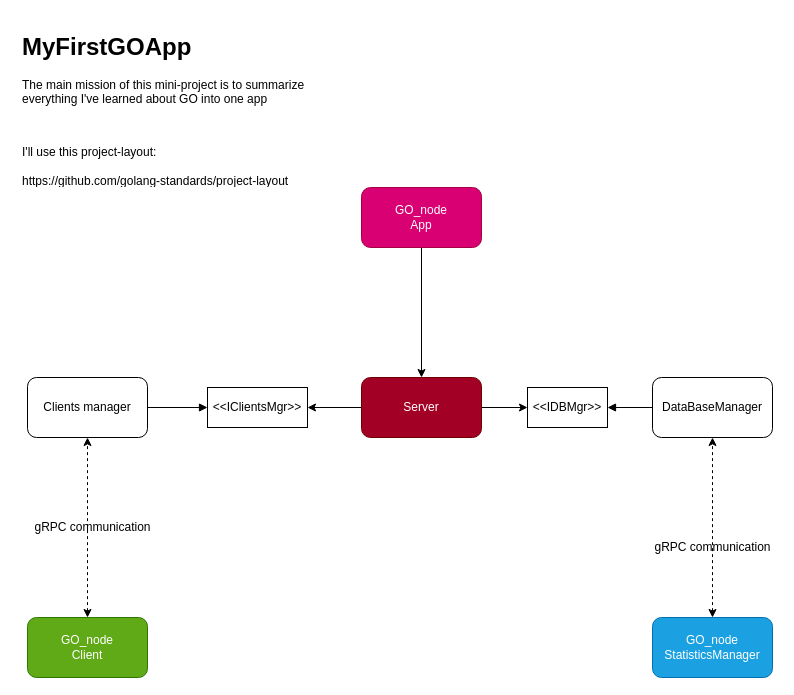
This is page "HIghLevel" (1 of 2) of first_go_app/docs/UML.drawio from GalBrandwine/GoLearning, a draw.io file, before an edit. Source tidied: cells renumbered, new cells numbered last; positions are measured from the earlier drawing's top-left corner, leaving out a move shared by most shapes. Both pictures are drawn from the tidied source at 100%, with x=0, y=0 at pixel (17, 27).
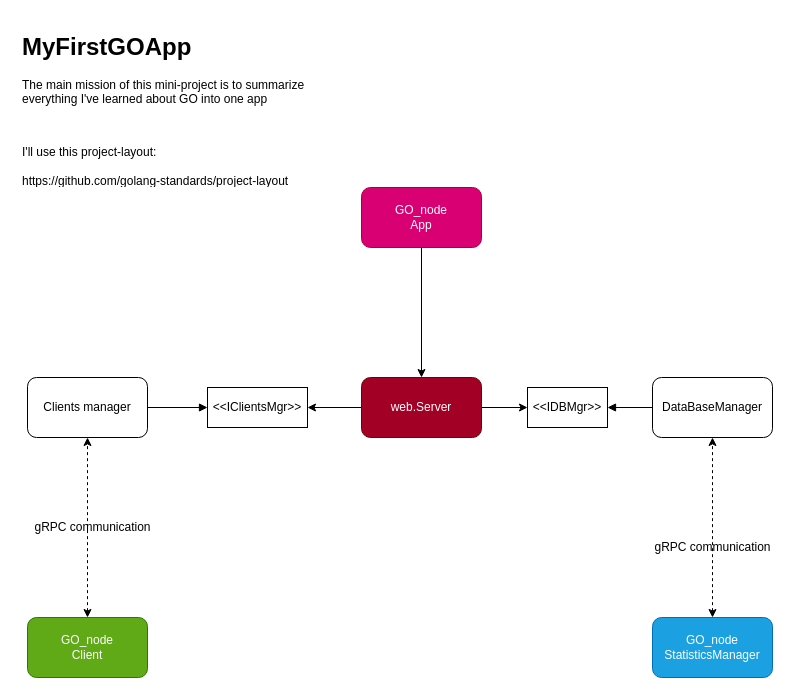
The same diagram, later.

What changed in the source:
```diff
@@
 <mxGraphModel>
   <root>
     <mxCell id="0" />
     <mxCell id="1" parent="0" />
     <mxCell id="2" style="edgeStyle=orthogonalEdgeStyle;rounded=0;jettySize=auto;html=1;exitX=0;exitY=0.5;exitDx=0;exitDy=0;entryX=1;entryY=0.5;entryDx=0;entryDy=0;" parent="1" edge="1" source="9" target="19">
       <mxGeometry relative="1" as="geometry" />
     </mxCell>
     <mxCell id="3" style="edgeStyle=orthogonalEdgeStyle;rounded=0;jettySize=auto;html=1;entryX=0.5;entryY=0;entryDx=0;entryDy=0;" parent="1" edge="1" source="4" target="9">
       <mxGeometry relative="1" as="geometry" />
     </mxCell>
     <mxCell id="4" value="GO_node&lt;br&gt;App" style="rounded=1;whiteSpace=wrap;html=1;fillColor=#d80073;strokeColor=#A50040;fontColor=#ffffff;" parent="1" vertex="1">
       <mxGeometry x="344" y="160" width="120" height="60" as="geometry" />
     </mxCell>
     <mxCell id="5" value="&lt;h1&gt;MyFirstGOApp&lt;/h1&gt;&lt;p&gt;The main mission of this mini-project is to summarize everything I've learned about GO into one app&lt;/p&gt;&lt;p&gt;&lt;br&gt;&lt;/p&gt;&lt;p&gt;I'll use this project-layout:&lt;br&gt;&lt;br&gt;https://github.com/golang-standards/project-layout&lt;br&gt;&lt;/p&gt;" style="text;html=1;strokeColor=none;fillColor=none;spacing=5;spacingTop=-20;whiteSpace=wrap;overflow=hidden;rounded=0;" parent="1" vertex="1">
       <mxGeometry width="340" height="160" as="geometry" />
     </mxCell>
     <mxCell id="6" style="edgeStyle=orthogonalEdgeStyle;rounded=0;jettySize=auto;html=1;exitX=1;exitY=0.5;exitDx=0;exitDy=0;endArrow=block;endFill=1;" parent="1" edge="1" source="7" target="19">
       <mxGeometry relative="1" as="geometry" />
     </mxCell>
     <mxCell id="7" value="Clients manager" style="rounded=1;whiteSpace=wrap;html=1;" parent="1" vertex="1">
       <mxGeometry x="10" y="350" width="120" height="60" as="geometry" />
     </mxCell>
     <mxCell id="8" style="edgeStyle=orthogonalEdgeStyle;rounded=0;jettySize=auto;html=1;entryX=0;entryY=0.5;entryDx=0;entryDy=0;" parent="1" edge="1" source="9" target="18">
       <mxGeometry relative="1" as="geometry" />
     </mxCell>
-    <mxCell id="9" value="Server" style="rounded=1;whiteSpace=wrap;html=1;fillColor=#a20025;strokeColor=#6F0000;fontColor=#ffffff;" parent="1" vertex="1">
+    <mxCell id="9" value="web.Server" style="rounded=1;whiteSpace=wrap;html=1;fillColor=#a20025;strokeColor=#6F0000;fontColor=#ffffff;" parent="1" vertex="1">
       <mxGeometry x="344" y="350" width="120" height="60" as="geometry" />
     </mxCell>
     <mxCell id="10" style="edgeStyle=orthogonalEdgeStyle;rounded=0;jettySize=auto;html=1;exitX=0;exitY=0.5;exitDx=0;exitDy=0;endArrow=block;endFill=1;" parent="1" edge="1" source="11" target="18">
       <mxGeometry relative="1" as="geometry" />
     </mxCell>
     <mxCell id="11" value="DataBaseManager" style="whiteSpace=wrap;html=1;rounded=1;" parent="1" vertex="1">
       <mxGeometry x="635" y="350" width="120" height="60" as="geometry" />
     </mxCell>
     <mxCell id="12" style="edgeStyle=orthogonalEdgeStyle;rounded=0;jettySize=auto;html=1;exitX=0.5;exitY=0;exitDx=0;exitDy=0;entryX=0.5;entryY=1;entryDx=0;entryDy=0;dashed=1;startArrow=classic;startFill=1;" parent="1" edge="1" source="13" target="7">
       <mxGeometry relative="1" as="geometry" />
     </mxCell>
     <mxCell id="13" value="GO_node&lt;br&gt;Client" style="rounded=1;whiteSpace=wrap;html=1;fillColor=#60a917;strokeColor=#2D7600;fontColor=#ffffff;" parent="1" vertex="1">
       <mxGeometry x="10" y="590" width="120" height="60" as="geometry" />
     </mxCell>
     <mxCell id="14" value="gRPC communication" style="text;html=1;align=center;verticalAlign=middle;strokeColor=none;" parent="1" vertex="1">
       <mxGeometry x="10" y="490" width="130" height="20" as="geometry" />
     </mxCell>
     <mxCell id="15" value="GO_node StatisticsManager" style="whiteSpace=wrap;html=1;rounded=1;fillColor=#1ba1e2;strokeColor=#006EAF;fontColor=#ffffff;" parent="1" vertex="1">
       <mxGeometry x="635" y="590" width="120" height="60" as="geometry" />
     </mxCell>
     <mxCell id="16" style="edgeStyle=orthogonalEdgeStyle;rounded=0;jettySize=auto;html=1;exitX=0.5;exitY=0;exitDx=0;exitDy=0;entryX=0.5;entryY=1;entryDx=0;entryDy=0;dashed=1;startArrow=classic;startFill=1;" parent="1" edge="1" source="15" target="11">
       <mxGeometry relative="1" as="geometry" />
     </mxCell>
     <mxCell id="17" value="gRPC communication" style="text;html=1;align=center;verticalAlign=middle;strokeColor=none;" parent="1" vertex="1">
       <mxGeometry x="630" y="510" width="130" height="20" as="geometry" />
     </mxCell>
     <mxCell id="18" value="&amp;lt;&amp;lt;IDBMgr&amp;gt;&amp;gt;" style="rounded=0;whiteSpace=wrap;html=1;" parent="1" vertex="1">
       <mxGeometry x="510" y="360" width="80" height="40" as="geometry" />
     </mxCell>
     <mxCell id="19" value="&amp;lt;&amp;lt;IClientsMgr&amp;gt;&amp;gt;" style="rounded=0;whiteSpace=wrap;html=1;" parent="1" vertex="1">
       <mxGeometry x="190" y="360" width="100" height="40" as="geometry" />
     </mxCell>
   </root>
 </mxGraphModel>
```
